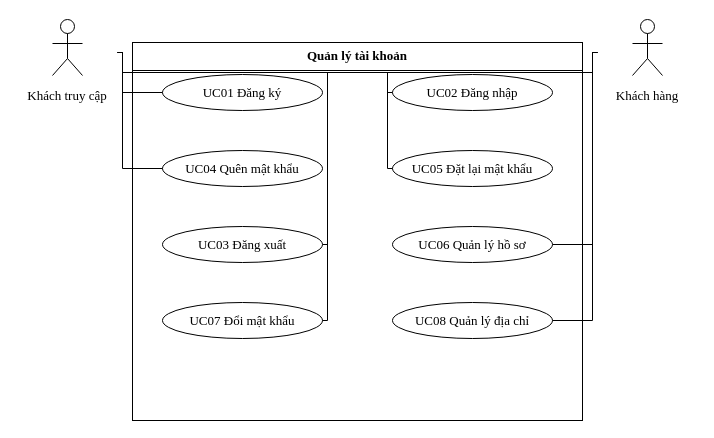
Earlier version of the draw.io diagram docs/do-an-LSOUL/So-do-LSOUL-rut-gon/drawio/UC-G01.drawio (Loccao102/BanHang). Source tidied: cells renumbered, new cells numbered last; positions are measured from the earlier drawing's top-left corner, leaving out a move shared by most shapes. Both pictures are drawn from the tidied source at 100%, with x=0, y=0 at pixel (17, 17).
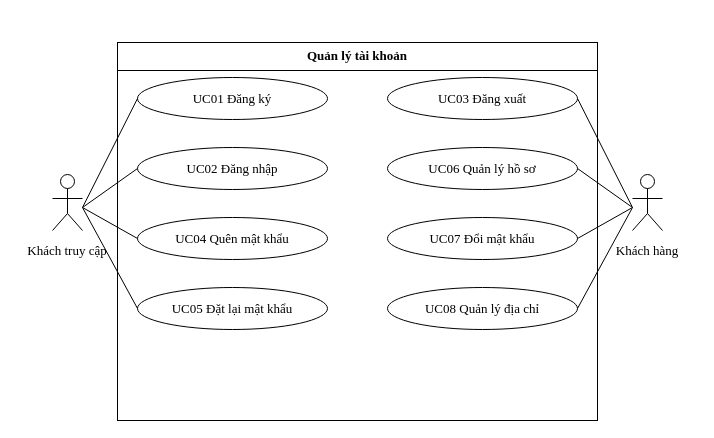
The same diagram, later.

Diff of the diagram source:
```diff
@@
     <mxCell id="2" style="fontFamily=Times New Roman;fontSize=13;fontColor=#000000;strokeColor=#000000;strokeWidth=1;fillColor=#FFFFFF;shadow=0;rounded=0;html=0;whiteSpace=wrap;spacing=5;align=center;verticalAlign=middle;" parent="1" vertex="1">
-      <mxGeometry x="115" y="25" width="450" height="378" as="geometry" />
+      <mxGeometry x="100" y="25" width="480" height="378" as="geometry" />
     </mxCell>
     <mxCell id="3" value="Quản lý tài khoản" style="fontFamily=Times New Roman;fontSize=13;fontColor=#000000;strokeColor=#000000;strokeWidth=1;fillColor=#FFFFFF;shadow=0;rounded=0;html=0;whiteSpace=wrap;spacing=5;text;strokeColor=none;fillColor=none;align=center;verticalAlign=middle;fontStyle=1;" parent="1" vertex="1">
-      <mxGeometry x="118" y="27" width="444" height="22" as="geometry" />
+      <mxGeometry x="103" y="27" width="474" height="22" as="geometry" />
     </mxCell>
     <mxCell id="4" style="fontFamily=Times New Roman;fontSize=13;fontColor=#000000;strokeColor=#000000;strokeWidth=1;fillColor=#FFFFFF;shadow=0;rounded=0;html=0;whiteSpace=wrap;spacing=5;endArrow=none;endFill=1;startArrow=none;" parent="1" edge="1">
       <mxGeometry relative="1" as="geometry">
-        <mxPoint x="115" y="53" as="sourcePoint" />
-        <mxPoint x="565" y="53" as="targetPoint" />
+        <mxPoint x="100" y="53" as="sourcePoint" />
+        <mxPoint x="580" y="53" as="targetPoint" />
       </mxGeometry>
     </mxCell>
     <mxCell id="5" value="UC01 Đăng ký" style="fontFamily=Times New Roman;fontSize=13;fontColor=#000000;strokeColor=#000000;strokeWidth=1;fillColor=#FFFFFF;shadow=0;rounded=0;html=0;whiteSpace=wrap;spacing=5;ellipse;perimeter=ellipsePerimeter;align=center;verticalAlign=middle;" parent="1" vertex="1">
-      <mxGeometry x="145" y="57" width="160" height="36" as="geometry" />
+      <mxGeometry x="120" y="60" width="190" height="42" as="geometry" />
     </mxCell>
+    <mxCell id="9" value="UC03 Đăng xuất" style="fontFamily=Times New Roman;fontSize=13;fontColor=#000000;strokeColor=#000000;strokeWidth=1;fillColor=#FFFFFF;shadow=0;rounded=0;html=0;whiteSpace=wrap;spacing=5;ellipse;perimeter=ellipsePerimeter;align=center;verticalAlign=middle;" parent="1" vertex="1">
+      <mxGeometry x="370" y="60" width="190" height="42" as="geometry" />
+    </mxCell>
     <mxCell id="6" value="UC02 Đăng nhập" style="fontFamily=Times New Roman;fontSize=13;fontColor=#000000;strokeColor=#000000;strokeWidth=1;fillColor=#FFFFFF;shadow=0;rounded=0;html=0;whiteSpace=wrap;spacing=5;ellipse;perimeter=ellipsePerimeter;align=center;verticalAlign=middle;" parent="1" vertex="1">
-      <mxGeometry x="375" y="57" width="160" height="36" as="geometry" />
+      <mxGeometry x="120" y="130" width="190" height="42" as="geometry" />
     </mxCell>
+    <mxCell id="10" value="UC06 Quản lý hồ sơ" style="fontFamily=Times New Roman;fontSize=13;fontColor=#000000;strokeColor=#000000;strokeWidth=1;fillColor=#FFFFFF;shadow=0;rounded=0;html=0;whiteSpace=wrap;spacing=5;ellipse;perimeter=ellipsePerimeter;align=center;verticalAlign=middle;" parent="1" vertex="1">
+      <mxGeometry x="370" y="130" width="190" height="42" as="geometry" />
+    </mxCell>
     <mxCell id="7" value="UC04 Quên mật khẩu" style="fontFamily=Times New Roman;fontSize=13;fontColor=#000000;strokeColor=#000000;strokeWidth=1;fillColor=#FFFFFF;shadow=0;rounded=0;html=0;whiteSpace=wrap;spacing=5;ellipse;perimeter=ellipsePerimeter;align=center;verticalAlign=middle;" parent="1" vertex="1">
-      <mxGeometry x="145" y="133" width="160" height="36" as="geometry" />
+      <mxGeometry x="120" y="200" width="190" height="42" as="geometry" />
     </mxCell>
+    <mxCell id="11" value="UC07 Đổi mật khẩu" style="fontFamily=Times New Roman;fontSize=13;fontColor=#000000;strokeColor=#000000;strokeWidth=1;fillColor=#FFFFFF;shadow=0;rounded=0;html=0;whiteSpace=wrap;spacing=5;ellipse;perimeter=ellipsePerimeter;align=center;verticalAlign=middle;" parent="1" vertex="1">
+      <mxGeometry x="370" y="200" width="190" height="42" as="geometry" />
+    </mxCell>
     <mxCell id="8" value="UC05 Đặt lại mật khẩu" style="fontFamily=Times New Roman;fontSize=13;fontColor=#000000;strokeColor=#000000;strokeWidth=1;fillColor=#FFFFFF;shadow=0;rounded=0;html=0;whiteSpace=wrap;spacing=5;ellipse;perimeter=ellipsePerimeter;align=center;verticalAlign=middle;" parent="1" vertex="1">
-      <mxGeometry x="375" y="133" width="160" height="36" as="geometry" />
+      <mxGeometry x="120" y="270" width="190" height="42" as="geometry" />
     </mxCell>
-    <mxCell id="9" value="UC03 Đăng xuất" style="fontFamily=Times New Roman;fontSize=13;fontColor=#000000;strokeColor=#000000;strokeWidth=1;fillColor=#FFFFFF;shadow=0;rounded=0;html=0;whiteSpace=wrap;spacing=5;ellipse;perimeter=ellipsePerimeter;align=center;verticalAlign=middle;" parent="1" vertex="1">
-      <mxGeometry x="145" y="209" width="160" height="36" as="geometry" />
-    </mxCell>
-    <mxCell id="10" value="UC06 Quản lý hồ sơ" style="fontFamily=Times New Roman;fontSize=13;fontColor=#000000;strokeColor=#000000;strokeWidth=1;fillColor=#FFFFFF;shadow=0;rounded=0;html=0;whiteSpace=wrap;spacing=5;ellipse;perimeter=ellipsePerimeter;align=center;verticalAlign=middle;" parent="1" vertex="1">
-      <mxGeometry x="375" y="209" width="160" height="36" as="geometry" />
-    </mxCell>
-    <mxCell id="11" value="UC07 Đổi mật khẩu" style="fontFamily=Times New Roman;fontSize=13;fontColor=#000000;strokeColor=#000000;strokeWidth=1;fillColor=#FFFFFF;shadow=0;rounded=0;html=0;whiteSpace=wrap;spacing=5;ellipse;perimeter=ellipsePerimeter;align=center;verticalAlign=middle;" parent="1" vertex="1">
-      <mxGeometry x="145" y="285" width="160" height="36" as="geometry" />
-    </mxCell>
     <mxCell id="12" value="UC08 Quản lý địa chỉ" style="fontFamily=Times New Roman;fontSize=13;fontColor=#000000;strokeColor=#000000;strokeWidth=1;fillColor=#FFFFFF;shadow=0;rounded=0;html=0;whiteSpace=wrap;spacing=5;ellipse;perimeter=ellipsePerimeter;align=center;verticalAlign=middle;" parent="1" vertex="1">
-      <mxGeometry x="375" y="285" width="160" height="36" as="geometry" />
+      <mxGeometry x="370" y="270" width="190" height="42" as="geometry" />
     </mxCell>
     <mxCell id="13" style="group;" parent="1" vertex="1">
-      <mxGeometry width="100" height="92" as="geometry" />
+      <mxGeometry y="155" width="100" height="92" as="geometry" />
     </mxCell>
@@
     <mxCell id="20" style="group;" parent="1" vertex="1">
-      <mxGeometry x="580" width="100" height="92" as="geometry" />
+      <mxGeometry x="580" y="155" width="100" height="92" as="geometry" />
     </mxCell>
@@
-    <mxCell id="27" style="fontFamily=Times New Roman;fontSize=13;fontColor=#000000;strokeColor=#000000;strokeWidth=1;fillColor=#FFFFFF;shadow=0;rounded=0;html=0;whiteSpace=wrap;spacing=5;endArrow=none;endFill=1;startArrow=none;exitX=1.0000000;exitY=0.3804348;exitPerimeter=0;entryX=0.0000000;entryY=0.5000000;entryPerimeter=0;" parent="1" edge="1" source="13" target="5">
-      <mxGeometry relative="1" as="geometry">
-        <Array as="points">
-          <mxPoint x="105" y="35" />
-          <mxPoint x="105" y="75" />
-        </Array>
-      </mxGeometry>
+    <mxCell id="27" style="fontFamily=Times New Roman;fontSize=13;fontColor=#000000;strokeColor=#000000;strokeWidth=1;fillColor=#FFFFFF;shadow=0;rounded=0;html=0;whiteSpace=wrap;spacing=5;endArrow=none;endFill=1;startArrow=none;exitX=0.6500000;exitY=0.3804348;exitPerimeter=0;entryX=0.0000000;entryY=0.5000000;entryPerimeter=0;" parent="1" edge="1" source="13" target="5">
+      <mxGeometry relative="1" as="geometry" />
     </mxCell>
-    <mxCell id="28" style="fontFamily=Times New Roman;fontSize=13;fontColor=#000000;strokeColor=#000000;strokeWidth=1;fillColor=#FFFFFF;shadow=0;rounded=0;html=0;whiteSpace=wrap;spacing=5;endArrow=none;endFill=1;startArrow=none;exitX=1.0000000;exitY=0.3804348;exitPerimeter=0;entryX=0.0000000;entryY=0.5000000;entryPerimeter=0;" parent="1" edge="1" source="13" target="6">
-      <mxGeometry relative="1" as="geometry">
-        <Array as="points">
-          <mxPoint x="105" y="35" />
-          <mxPoint x="105" y="55" />
-          <mxPoint x="370" y="55" />
-          <mxPoint x="370" y="75" />
-        </Array>
-      </mxGeometry>
+    <mxCell id="28" style="fontFamily=Times New Roman;fontSize=13;fontColor=#000000;strokeColor=#000000;strokeWidth=1;fillColor=#FFFFFF;shadow=0;rounded=0;html=0;whiteSpace=wrap;spacing=5;endArrow=none;endFill=1;startArrow=none;exitX=0.6500000;exitY=0.3804348;exitPerimeter=0;entryX=0.0000000;entryY=0.5000000;entryPerimeter=0;" parent="1" edge="1" source="13" target="6">
+      <mxGeometry relative="1" as="geometry" />
     </mxCell>
-    <mxCell id="29" style="fontFamily=Times New Roman;fontSize=13;fontColor=#000000;strokeColor=#000000;strokeWidth=1;fillColor=#FFFFFF;shadow=0;rounded=0;html=0;whiteSpace=wrap;spacing=5;endArrow=none;endFill=1;startArrow=none;exitX=1.0000000;exitY=0.3804348;exitPerimeter=0;entryX=0.0000000;entryY=0.5000000;entryPerimeter=0;" parent="1" edge="1" source="13" target="7">
-      <mxGeometry relative="1" as="geometry">
-        <Array as="points">
-          <mxPoint x="105" y="35" />
-          <mxPoint x="105" y="151" />
-        </Array>
-      </mxGeometry>
+    <mxCell id="29" style="fontFamily=Times New Roman;fontSize=13;fontColor=#000000;strokeColor=#000000;strokeWidth=1;fillColor=#FFFFFF;shadow=0;rounded=0;html=0;whiteSpace=wrap;spacing=5;endArrow=none;endFill=1;startArrow=none;exitX=0.6500000;exitY=0.3804348;exitPerimeter=0;entryX=0.0000000;entryY=0.5000000;entryPerimeter=0;" parent="1" edge="1" source="13" target="7">
+      <mxGeometry relative="1" as="geometry" />
     </mxCell>
-    <mxCell id="30" style="fontFamily=Times New Roman;fontSize=13;fontColor=#000000;strokeColor=#000000;strokeWidth=1;fillColor=#FFFFFF;shadow=0;rounded=0;html=0;whiteSpace=wrap;spacing=5;endArrow=none;endFill=1;startArrow=none;exitX=1.0000000;exitY=0.3804348;exitPerimeter=0;entryX=0.0000000;entryY=0.5000000;entryPerimeter=0;" parent="1" edge="1" source="13" target="8">
-      <mxGeometry relative="1" as="geometry">
-        <Array as="points">
-          <mxPoint x="105" y="35" />
-          <mxPoint x="105" y="55" />
-          <mxPoint x="370" y="55" />
-          <mxPoint x="370" y="151" />
-        </Array>
-      </mxGeometry>
+    <mxCell id="30" style="fontFamily=Times New Roman;fontSize=13;fontColor=#000000;strokeColor=#000000;strokeWidth=1;fillColor=#FFFFFF;shadow=0;rounded=0;html=0;whiteSpace=wrap;spacing=5;endArrow=none;endFill=1;startArrow=none;exitX=0.6500000;exitY=0.3804348;exitPerimeter=0;entryX=0.0000000;entryY=0.5000000;entryPerimeter=0;" parent="1" edge="1" source="13" target="8">
+      <mxGeometry relative="1" as="geometry" />
     </mxCell>
-    <mxCell id="31" style="fontFamily=Times New Roman;fontSize=13;fontColor=#000000;strokeColor=#000000;strokeWidth=1;fillColor=#FFFFFF;shadow=0;rounded=0;html=0;whiteSpace=wrap;spacing=5;endArrow=none;endFill=1;startArrow=none;exitX=0.0000000;exitY=0.3804348;exitPerimeter=0;entryX=1.0000000;entryY=0.5000000;entryPerimeter=0;" parent="1" edge="1" source="20" target="9">
-      <mxGeometry relative="1" as="geometry">
-        <Array as="points">
-          <mxPoint x="575" y="35" />
-          <mxPoint x="575" y="55" />
-          <mxPoint x="310" y="55" />
-          <mxPoint x="310" y="227" />
-        </Array>
-      </mxGeometry>
+    <mxCell id="31" style="fontFamily=Times New Roman;fontSize=13;fontColor=#000000;strokeColor=#000000;strokeWidth=1;fillColor=#FFFFFF;shadow=0;rounded=0;html=0;whiteSpace=wrap;spacing=5;endArrow=none;endFill=1;startArrow=none;exitX=0.3500000;exitY=0.3804348;exitPerimeter=0;entryX=1.0000000;entryY=0.5000000;entryPerimeter=0;" parent="1" edge="1" source="20" target="9">
+      <mxGeometry relative="1" as="geometry" />
     </mxCell>
-    <mxCell id="32" style="fontFamily=Times New Roman;fontSize=13;fontColor=#000000;strokeColor=#000000;strokeWidth=1;fillColor=#FFFFFF;shadow=0;rounded=0;html=0;whiteSpace=wrap;spacing=5;endArrow=none;endFill=1;startArrow=none;exitX=0.0000000;exitY=0.3804348;exitPerimeter=0;entryX=1.0000000;entryY=0.5000000;entryPerimeter=0;" parent="1" edge="1" source="20" target="10">
-      <mxGeometry relative="1" as="geometry">
-        <Array as="points">
-          <mxPoint x="575" y="35" />
-          <mxPoint x="575" y="227" />
-        </Array>
-      </mxGeometry>
+    <mxCell id="32" style="fontFamily=Times New Roman;fontSize=13;fontColor=#000000;strokeColor=#000000;strokeWidth=1;fillColor=#FFFFFF;shadow=0;rounded=0;html=0;whiteSpace=wrap;spacing=5;endArrow=none;endFill=1;startArrow=none;exitX=0.3500000;exitY=0.3804348;exitPerimeter=0;entryX=1.0000000;entryY=0.5000000;entryPerimeter=0;" parent="1" edge="1" source="20" target="10">
+      <mxGeometry relative="1" as="geometry" />
     </mxCell>
-    <mxCell id="33" style="fontFamily=Times New Roman;fontSize=13;fontColor=#000000;strokeColor=#000000;strokeWidth=1;fillColor=#FFFFFF;shadow=0;rounded=0;html=0;whiteSpace=wrap;spacing=5;endArrow=none;endFill=1;startArrow=none;exitX=0.0000000;exitY=0.3804348;exitPerimeter=0;entryX=1.0000000;entryY=0.5000000;entryPerimeter=0;" parent="1" edge="1" source="20" target="11">
-      <mxGeometry relative="1" as="geometry">
-        <Array as="points">
-          <mxPoint x="575" y="35" />
-          <mxPoint x="575" y="55" />
-          <mxPoint x="310" y="55" />
-          <mxPoint x="310" y="303" />
-        </Array>
-      </mxGeometry>
+    <mxCell id="33" style="fontFamily=Times New Roman;fontSize=13;fontColor=#000000;strokeColor=#000000;strokeWidth=1;fillColor=#FFFFFF;shadow=0;rounded=0;html=0;whiteSpace=wrap;spacing=5;endArrow=none;endFill=1;startArrow=none;exitX=0.3500000;exitY=0.3804348;exitPerimeter=0;entryX=1.0000000;entryY=0.5000000;entryPerimeter=0;" parent="1" edge="1" source="20" target="11">
+      <mxGeometry relative="1" as="geometry" />
     </mxCell>
-    <mxCell id="34" style="fontFamily=Times New Roman;fontSize=13;fontColor=#000000;strokeColor=#000000;strokeWidth=1;fillColor=#FFFFFF;shadow=0;rounded=0;html=0;whiteSpace=wrap;spacing=5;endArrow=none;endFill=1;startArrow=none;exitX=0.0000000;exitY=0.3804348;exitPerimeter=0;entryX=1.0000000;entryY=0.5000000;entryPerimeter=0;" parent="1" edge="1" source="20" target="12">
-      <mxGeometry relative="1" as="geometry">
-        <Array as="points">
-          <mxPoint x="575" y="35" />
-          <mxPoint x="575" y="303" />
-        </Array>
-      </mxGeometry>
+    <mxCell id="34" style="fontFamily=Times New Roman;fontSize=13;fontColor=#000000;strokeColor=#000000;strokeWidth=1;fillColor=#FFFFFF;shadow=0;rounded=0;html=0;whiteSpace=wrap;spacing=5;endArrow=none;endFill=1;startArrow=none;exitX=0.3500000;exitY=0.3804348;exitPerimeter=0;entryX=1.0000000;entryY=0.5000000;entryPerimeter=0;" parent="1" edge="1" source="20" target="12">
+      <mxGeometry relative="1" as="geometry" />
     </mxCell>
```
